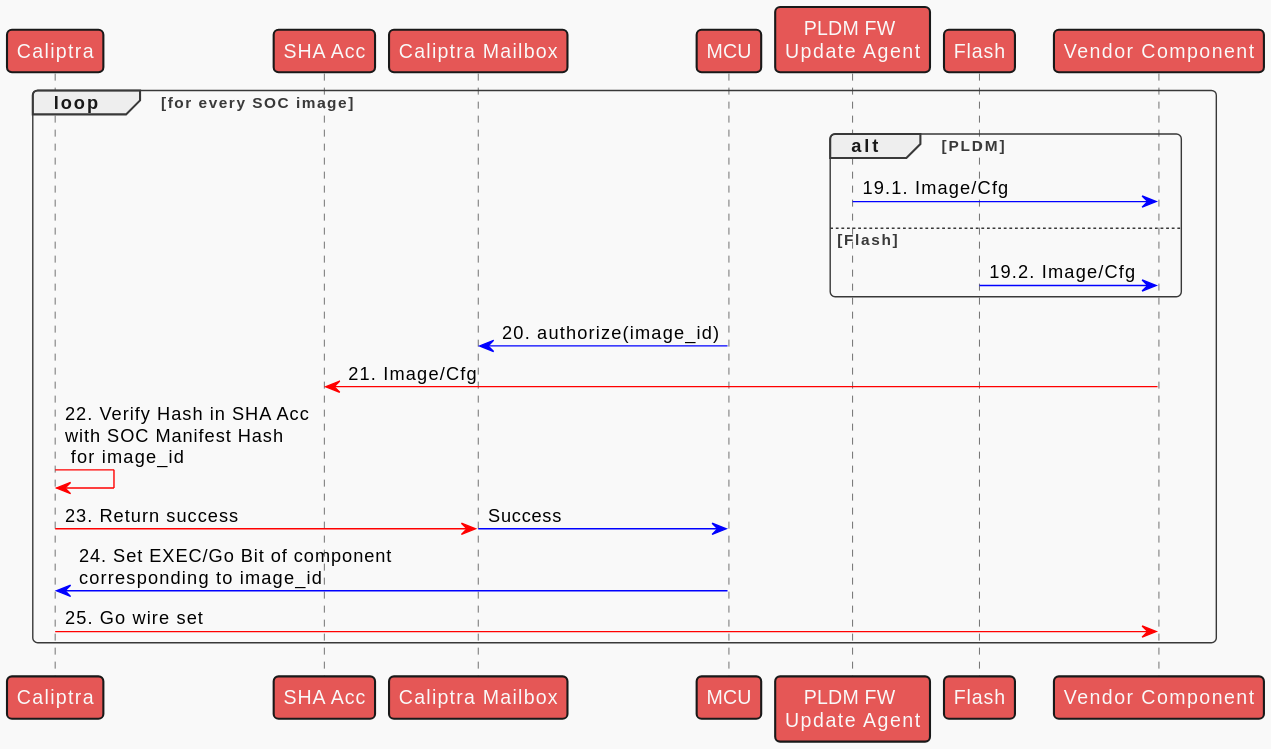
The PlantUML diagram docs/src/images/image_loading_sequence_loop.svg in chipsalliance/caliptra-mcu-sw, before a commit. The source it was exported from:
```plantuml
@startuml
!theme mars
participant "Caliptra" as Caliptra
participant "SHA Acc" as SHA
participant "Caliptra Mailbox" as Mailbox
participant "MCU" as MCU


participant "PLDM FW \nUpdate Agent" as PLDM
participant "Flash" as Flash
participant "Vendor Component" as component



loop for every SOC image
alt PLDM
!pragma teoz true
PLDM-[#blue]>component: 19.1. Image/Cfg

else Flash
Flash-[#blue]>component: 19.2. Image/Cfg
end
MCU-[#blue]>Mailbox: 20. authorize(image_id)
component-[#red]>SHA: 21. Image/Cfg
Caliptra-[#red]>Caliptra: 22. Verify Hash in SHA Acc \nwith SOC Manifest Hash\n for image_id
!pragma teoz true
Caliptra-[#red]>Mailbox: 23. Return success
& Mailbox-[#blue]>MCU: Success
MCU-[#blue]>Caliptra: 24. Set EXEC/Go Bit of component\ncorresponding to image_id
Caliptra-[#red]>component: 25. Go wire set
end loop
@enduml
```
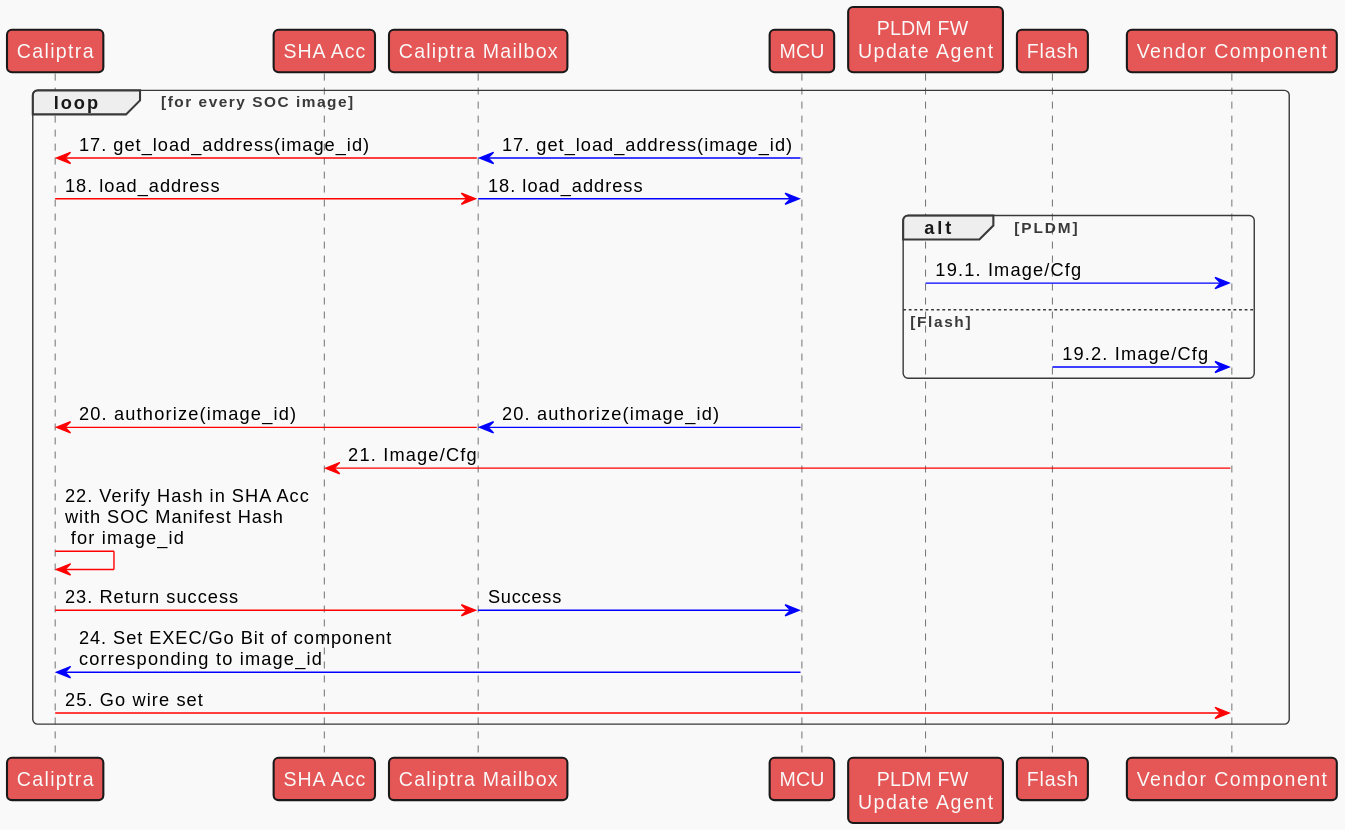
After the commit.

What changed in the source:
```diff
@@ -13,6 +13,11 @@
 
 
 loop for every SOC image
+MCU-[#blue]>Mailbox: 17. get_load_address(image_id)
+& Mailbox-[#red]>Caliptra:  17. get_load_address(image_id)
+
+Caliptra-[#red]>Mailbox: 18. load_address
+& Mailbox-[#blue]>MCU: 18. load_address
 alt PLDM
 !pragma teoz true
 PLDM-[#blue]>component: 19.1. Image/Cfg
@@ -21,6 +26,7 @@
 Flash-[#blue]>component: 19.2. Image/Cfg
 end
 MCU-[#blue]>Mailbox: 20. authorize(image_id)
+& Mailbox-[#red]>Caliptra: 20. authorize(image_id)
 component-[#red]>SHA: 21. Image/Cfg
 Caliptra-[#red]>Caliptra: 22. Verify Hash in SHA Acc \nwith SOC Manifest Hash\n for image_id
 !pragma teoz true
```
